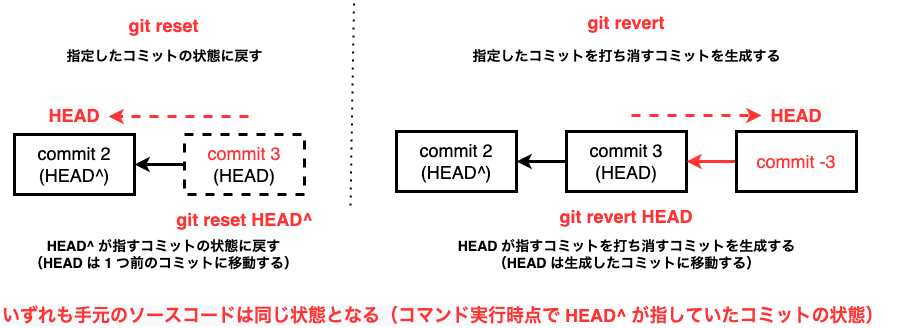
Earlier version of the draw.io export assets/image/Git勉強会_コマンドイメージ図-reset_vs_revert.drawio.png (irongineer/learning-git-for-team). Source tidied: cells renumbered, new cells last; positions are measured from the earlier drawing's top-left corner, leaving out a move shared by most shapes. Source of this version:
```xml
<mxGraphModel>
  <root>
    <mxCell id="0" />
    <mxCell id="1" parent="0" />
    <mxCell id="2" value="&lt;font color=&quot;#000000&quot;&gt;commit 2&lt;br&gt;(HEAD^)&lt;br&gt;&lt;/font&gt;" style="whiteSpace=wrap;html=1;fontSize=18;fontColor=#FF3333;strokeWidth=3;" parent="1" vertex="1">
      <mxGeometry x="14" y="133" width="120" height="60" as="geometry" />
    </mxCell>
    <mxCell id="3" style="edgeStyle=orthogonalEdgeStyle;rounded=0;jettySize=auto;html=1;fontSize=14;strokeWidth=3;" parent="1" edge="1" source="4">
      <mxGeometry relative="1" as="geometry">
        <mxPoint x="134" y="163" as="targetPoint" />
      </mxGeometry>
    </mxCell>
    <mxCell id="4" value="commit 3&lt;br&gt;&lt;span style=&quot;color: rgb(0 , 0 , 0)&quot;&gt;(HEAD)&lt;/span&gt;" style="whiteSpace=wrap;html=1;fontSize=18;fontColor=#FF3333;strokeWidth=3;dashed=1;" parent="1" vertex="1">
      <mxGeometry x="184" y="133" width="120" height="60" as="geometry" />
    </mxCell>
    <mxCell id="5" value="&lt;font color=&quot;#000000&quot;&gt;commit 2&lt;br&gt;&lt;/font&gt;&lt;span style=&quot;color: rgb(0 , 0 , 0)&quot;&gt;(HEAD^)&lt;/span&gt;&lt;font color=&quot;#000000&quot;&gt;&lt;br&gt;&lt;/font&gt;" style="whiteSpace=wrap;html=1;fontSize=18;fontColor=#FF3333;strokeWidth=3;" parent="1" vertex="1">
      <mxGeometry x="396" y="130" width="120" height="60" as="geometry" />
    </mxCell>
    <mxCell id="6" style="edgeStyle=orthogonalEdgeStyle;rounded=0;jettySize=auto;html=1;fontSize=14;strokeWidth=3;" parent="1" edge="1" source="7">
      <mxGeometry relative="1" as="geometry">
        <mxPoint x="516" y="160" as="targetPoint" />
      </mxGeometry>
    </mxCell>
    <mxCell id="7" value="&lt;font color=&quot;#000000&quot;&gt;commit 3&lt;br&gt;&lt;/font&gt;&lt;span style=&quot;color: rgb(0 , 0 , 0)&quot;&gt;(HEAD)&lt;/span&gt;&lt;font color=&quot;#000000&quot;&gt;&lt;br&gt;&lt;/font&gt;" style="whiteSpace=wrap;html=1;fontSize=18;fontColor=#FF3333;strokeWidth=3;" parent="1" vertex="1">
      <mxGeometry x="566" y="130" width="120" height="60" as="geometry" />
    </mxCell>
    <mxCell id="8" value="&lt;span style=&quot;font-size: 14px&quot;&gt;&lt;b&gt;指定したコミットを打ち消すコミットを生成する&lt;br&gt;&lt;/b&gt;&lt;/span&gt;" style="text;html=1;align=center;verticalAlign=middle;strokeColor=none;fillColor=none;" parent="1" vertex="1">
      <mxGeometry x="467" y="45" width="318" height="19" as="geometry" />
    </mxCell>
    <mxCell id="9" style="edgeStyle=orthogonalEdgeStyle;rounded=0;jettySize=auto;html=1;fontSize=18;fontColor=#000000;strokeColor=#FF3333;strokeWidth=3;" parent="1" edge="1" source="10" target="7">
      <mxGeometry relative="1" as="geometry" />
    </mxCell>
    <mxCell id="10" value="commit -3" style="whiteSpace=wrap;html=1;fontSize=18;fontColor=#FF3333;strokeWidth=3;" parent="1" vertex="1">
      <mxGeometry x="736" y="130" width="120" height="60" as="geometry" />
    </mxCell>
    <mxCell id="11" value="&lt;b style=&quot;font-size: 18px ; font-style: normal ; letter-spacing: normal ; text-indent: 0px ; text-transform: none ; word-spacing: 0px ; color: rgb(255 , 51 , 51) ; font-family: &amp;#34;helvetica&amp;#34;&quot;&gt;git revert&lt;/b&gt;" style="text;whiteSpace=wrap;html=1;fontSize=18;fontColor=#000000;align=center;" parent="1" vertex="1">
      <mxGeometry x="518" y="4" width="216" height="36" as="geometry" />
    </mxCell>
    <mxCell id="12" value="&lt;b style=&quot;color: rgb(255 , 51 , 51) ; font-size: 18px ; font-style: normal ; letter-spacing: normal ; text-indent: 0px ; text-transform: none ; word-spacing: 0px ; background-color: rgb(255 , 255 , 255) ; font-family: &amp;#34;helvetica&amp;#34;&quot;&gt;git reset&lt;/b&gt;" style="text;whiteSpace=wrap;html=1;align=center;" parent="1" vertex="1">
      <mxGeometry x="84.5" y="7" width="157" height="30" as="geometry" />
    </mxCell>
    <mxCell id="13" value="&lt;span style=&quot;font-size: 14px&quot;&gt;&lt;b&gt;指定したコミットの状態に戻す&lt;br&gt;&lt;/b&gt;&lt;/span&gt;" style="text;html=1;align=center;verticalAlign=middle;strokeColor=none;fillColor=none;" parent="1" vertex="1">
      <mxGeometry x="61" y="45" width="206" height="19" as="geometry" />
    </mxCell>
    <mxCell id="14" style="endArrow=none;dashed=1;html=1;dashPattern=1 3;strokeWidth=2;rounded=0;fontColor=#FF3333;" parent="1" edge="1">
      <mxGeometry relative="1" as="geometry">
        <mxPoint x="350" y="204" as="sourcePoint" />
        <mxPoint x="353.5" as="targetPoint" />
      </mxGeometry>
    </mxCell>
    <mxCell id="15" value="&lt;meta charset=&quot;utf-8&quot;&gt;&lt;b style=&quot;color: rgb(255, 51, 51); font-size: 18px; font-style: normal; letter-spacing: normal; text-indent: 0px; text-transform: none; word-spacing: 0px; background-color: rgb(255, 255, 255); font-family: helvetica;&quot;&gt;git reset HEAD^&lt;/b&gt;" style="text;whiteSpace=wrap;html=1;align=center;" parent="1" vertex="1">
      <mxGeometry x="165.5" y="201" width="157" height="30" as="geometry" />
    </mxCell>
    <mxCell id="16" value="&lt;span style=&quot;font-size: 14px&quot;&gt;&lt;b&gt;HEAD^ が指すコミットの状態に戻す&lt;br&gt;（HEAD は 1 つ前のコミットに移動する）&lt;/b&gt;&lt;/span&gt;" style="text;html=1;align=center;verticalAlign=middle;strokeColor=none;fillColor=none;" parent="1" vertex="1">
      <mxGeometry x="23.5" y="236" width="279" height="34" as="geometry" />
    </mxCell>
    <mxCell id="17" value="&lt;span style=&quot;font-size: 14px&quot;&gt;&lt;b&gt;HEAD が指すコミットを打ち消すコミットを生成する&lt;br&gt;（HEAD は生成したコミットに移動する）&lt;br&gt;&lt;/b&gt;&lt;/span&gt;" style="text;html=1;align=center;verticalAlign=middle;strokeColor=none;fillColor=none;" parent="1" vertex="1">
      <mxGeometry x="452" y="236" width="348" height="34" as="geometry" />
    </mxCell>
    <mxCell id="18" value="&lt;b style=&quot;font-size: 18px; font-style: normal; letter-spacing: normal; text-indent: 0px; text-transform: none; word-spacing: 0px; color: rgb(255, 51, 51); font-family: helvetica;&quot;&gt;git revert HEAD&lt;/b&gt;" style="text;whiteSpace=wrap;html=1;fontSize=18;fontColor=#000000;align=center;" parent="1" vertex="1">
      <mxGeometry x="518" y="198" width="216" height="36" as="geometry" />
    </mxCell>
    <mxCell id="19" value="&lt;font style=&quot;font-size: 18px&quot; color=&quot;#ff3333&quot;&gt;&lt;b style=&quot;font-family: &amp;#34;helvetica&amp;#34; ; font-style: normal ; letter-spacing: normal ; text-align: center ; text-indent: 0px ; text-transform: none ; word-spacing: 0px ; background-color: rgb(248 , 249 , 250)&quot;&gt;いずれも手元のソースコードは同じ状態となる（コマンド実行時点で&amp;nbsp;&lt;/b&gt;&lt;b style=&quot;font-family: &amp;#34;helvetica&amp;#34; ; text-align: center&quot;&gt;HEAD^ が指していたコミットの状態）&lt;/b&gt;&lt;/font&gt;" style="text;whiteSpace=wrap;html=1;" parent="1" vertex="1">
      <mxGeometry y="297" width="903" height="29" as="geometry" />
    </mxCell>
    <mxCell id="20" value="&lt;span style=&quot;font-family: &amp;#34;helvetica&amp;#34; ; font-size: 18px ; font-style: normal ; letter-spacing: normal ; text-indent: 0px ; text-transform: none ; word-spacing: 0px ; background-color: rgb(248 , 249 , 250) ; display: inline ; float: none&quot;&gt;&lt;font color=&quot;#ff3333&quot;&gt;&lt;b&gt;HEAD&lt;/b&gt;&lt;/font&gt;&lt;/span&gt;" style="text;whiteSpace=wrap;html=1;align=center;" parent="1" vertex="1">
      <mxGeometry x="39" y="97" width="70" height="30" as="geometry" />
    </mxCell>
    <mxCell id="21" style="endArrow=classic;html=1;rounded=0;dashed=1;fontColor=#FF3333;strokeColor=#FF3333;strokeWidth=3;" parent="1" edge="1">
      <mxGeometry relative="1" as="geometry">
        <mxPoint x="248" y="115" as="sourcePoint" />
        <mxPoint x="108" y="115" as="targetPoint" />
      </mxGeometry>
    </mxCell>
    <mxCell id="22" style="endArrow=classic;html=1;rounded=0;dashed=1;fontColor=#FF3333;strokeColor=#FF3333;strokeWidth=3;entryX=0;entryY=0.5;entryDx=0;entryDy=0;" parent="1" edge="1">
      <mxGeometry relative="1" as="geometry">
        <mxPoint x="631" y="114" as="sourcePoint" />
        <mxPoint x="761" y="114" as="targetPoint" />
      </mxGeometry>
    </mxCell>
    <mxCell id="23" value="&lt;span style=&quot;font-family: &amp;#34;helvetica&amp;#34; ; font-size: 18px ; font-style: normal ; letter-spacing: normal ; text-indent: 0px ; text-transform: none ; word-spacing: 0px ; background-color: rgb(248 , 249 , 250) ; display: inline ; float: none&quot;&gt;&lt;font color=&quot;#ff3333&quot;&gt;&lt;b&gt;HEAD&lt;/b&gt;&lt;/font&gt;&lt;/span&gt;" style="text;whiteSpace=wrap;html=1;align=center;" parent="1" vertex="1">
      <mxGeometry x="761" y="97" width="70" height="30" as="geometry" />
    </mxCell>
  </root>
</mxGraphModel>
```
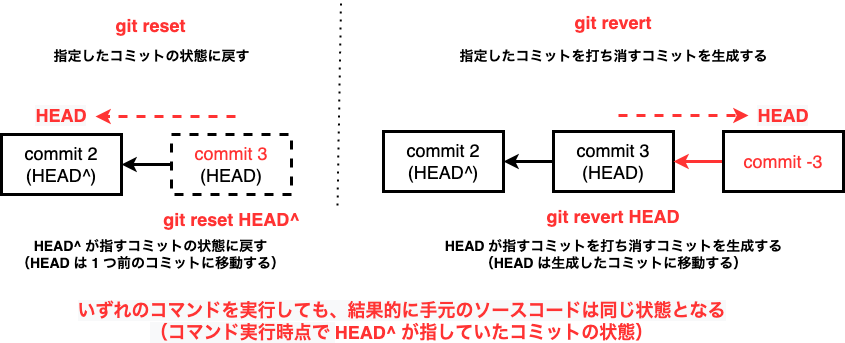
The same diagram one commit later.

Diff of the diagram source:
```diff
@@ -60,8 +60,8 @@
     <mxCell id="18" value="&lt;b style=&quot;font-size: 18px; font-style: normal; letter-spacing: normal; text-indent: 0px; text-transform: none; word-spacing: 0px; color: rgb(255, 51, 51); font-family: helvetica;&quot;&gt;git revert HEAD&lt;/b&gt;" style="text;whiteSpace=wrap;html=1;fontSize=18;fontColor=#000000;align=center;" parent="1" vertex="1">
       <mxGeometry x="518" y="198" width="216" height="36" as="geometry" />
     </mxCell>
-    <mxCell id="19" value="&lt;font style=&quot;font-size: 18px&quot; color=&quot;#ff3333&quot;&gt;&lt;b style=&quot;font-family: &amp;#34;helvetica&amp;#34; ; font-style: normal ; letter-spacing: normal ; text-align: center ; text-indent: 0px ; text-transform: none ; word-spacing: 0px ; background-color: rgb(248 , 249 , 250)&quot;&gt;いずれも手元のソースコードは同じ状態となる（コマンド実行時点で&amp;nbsp;&lt;/b&gt;&lt;b style=&quot;font-family: &amp;#34;helvetica&amp;#34; ; text-align: center&quot;&gt;HEAD^ が指していたコミットの状態）&lt;/b&gt;&lt;/font&gt;" style="text;whiteSpace=wrap;html=1;" parent="1" vertex="1">
-      <mxGeometry y="297" width="903" height="29" as="geometry" />
+    <mxCell id="19" value="&lt;font style=&quot;font-size: 18px&quot; color=&quot;#ff3333&quot;&gt;&lt;b style=&quot;font-family: &amp;#34;helvetica&amp;#34; ; font-style: normal ; letter-spacing: normal ; text-indent: 0px ; text-transform: none ; word-spacing: 0px ; background-color: rgb(248 , 249 , 250)&quot;&gt;いずれのコマンドを実行しても、結果的に手元のソースコードは同じ状態となる&lt;br&gt;（コマンド実行時点で&amp;nbsp;&lt;/b&gt;&lt;b style=&quot;font-family: &amp;#34;helvetica&amp;#34;&quot;&gt;HEAD^ が指していたコミットの状態）&lt;/b&gt;&lt;/font&gt;" style="text;whiteSpace=wrap;html=1;align=center;" parent="1" vertex="1">
+      <mxGeometry x="15" y="292" width="799" height="29" as="geometry" />
     </mxCell>
     <mxCell id="20" value="&lt;span style=&quot;font-family: &amp;#34;helvetica&amp;#34; ; font-size: 18px ; font-style: normal ; letter-spacing: normal ; text-indent: 0px ; text-transform: none ; word-spacing: 0px ; background-color: rgb(248 , 249 , 250) ; display: inline ; float: none&quot;&gt;&lt;font color=&quot;#ff3333&quot;&gt;&lt;b&gt;HEAD&lt;/b&gt;&lt;/font&gt;&lt;/span&gt;" style="text;whiteSpace=wrap;html=1;align=center;" parent="1" vertex="1">
       <mxGeometry x="39" y="97" width="70" height="30" as="geometry" />
```
